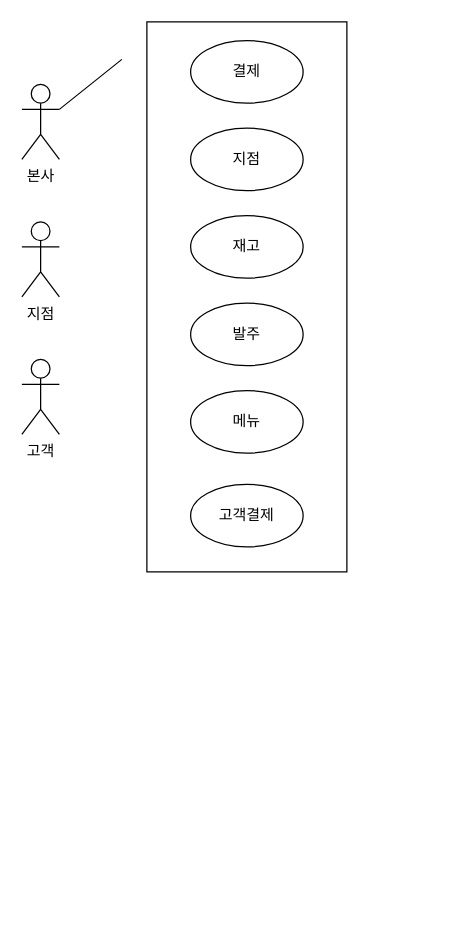
soboru3426/kiosk_FE keeps this draw.io diagram as 제목 없는 다이어그램.drawio. Above is the earlier version. Source tidied: cells renumbered, new cells numbered last; positions are measured from the earlier drawing's top-left corner, leaving out a move shared by most shapes. Both pictures are drawn from the tidied source at 125%, with x=0, y=0 at pixel (21, 21).
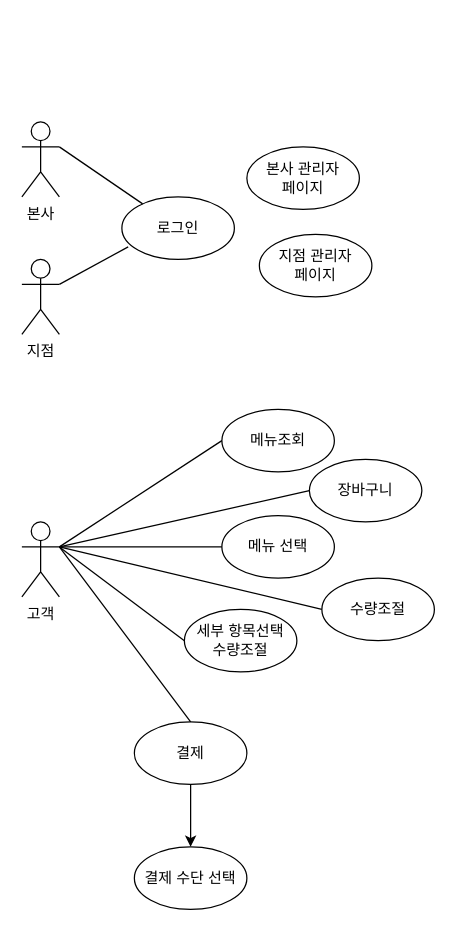
Above is the later version.

Commit message (it also covers changes not shown here):
제목 없는 다이어그램.drawio 업데이트

The edit, as a diff of the source:
```diff
@@
-    <mxCell id="2" style="rounded=0;whiteSpace=wrap;html=1;" parent="1" vertex="1">
-      <mxGeometry x="100" width="160" height="440" as="geometry" />
-    </mxCell>
     <mxCell id="3" value="본사" style="shape=umlActor;verticalLabelPosition=bottom;verticalAlign=top;html=1;outlineConnect=0;" parent="1" vertex="1">
-      <mxGeometry y="50" width="30" height="60" as="geometry" />
+      <mxGeometry y="80" width="30" height="60" as="geometry" />
     </mxCell>
     <mxCell id="4" value="지점" style="shape=umlActor;verticalLabelPosition=bottom;verticalAlign=top;html=1;outlineConnect=0;" parent="1" vertex="1">
-      <mxGeometry y="160" width="30" height="60" as="geometry" />
+      <mxGeometry y="190" width="30" height="60" as="geometry" />
     </mxCell>
     <mxCell id="5" value="고객" style="shape=umlActor;verticalLabelPosition=bottom;verticalAlign=top;html=1;outlineConnect=0;" parent="1" vertex="1">
-      <mxGeometry y="270" width="30" height="60" as="geometry" />
+      <mxGeometry y="400" width="30" height="60" as="geometry" />
     </mxCell>
-    <mxCell id="6" style="endArrow=none;html=1;rounded=0;entryX=1;entryY=0.3333333333333333;entryDx=0;entryDy=0;entryPerimeter=0;" parent="1" edge="1" target="3">
-      <mxGeometry relative="1" as="geometry">
-        <mxPoint x="80" y="30" as="sourcePoint" />
-      </mxGeometry>
-    </mxCell>
-    <mxCell id="7" value="지점" style="ellipse;whiteSpace=wrap;html=1;" parent="1" vertex="1">
-      <mxGeometry x="135" y="85" width="90" height="50" as="geometry" />
-    </mxCell>
-    <mxCell id="8" value="재고" style="ellipse;whiteSpace=wrap;html=1;" parent="1" vertex="1">
-      <mxGeometry x="135" y="155" width="90" height="50" as="geometry" />
-    </mxCell>
-    <mxCell id="9" value="발주" style="ellipse;whiteSpace=wrap;html=1;" parent="1" vertex="1">
-      <mxGeometry x="135" y="225" width="90" height="50" as="geometry" />
-    </mxCell>
-    <mxCell id="10" value="메뉴" style="ellipse;whiteSpace=wrap;html=1;" parent="1" vertex="1">
-      <mxGeometry x="135" y="295" width="90" height="50" as="geometry" />
-    </mxCell>
-    <mxCell id="11" value="고객&lt;span style=&quot;background-color: transparent; color: light-dark(rgb(0, 0, 0), rgb(255, 255, 255));&quot;&gt;결제&lt;/span&gt;" style="ellipse;whiteSpace=wrap;html=1;" parent="1" vertex="1">
-      <mxGeometry x="135" y="370" width="90" height="50" as="geometry" />
-    </mxCell>
+    <mxCell id="13" value="로그인" style="ellipse;whiteSpace=wrap;html=1;" parent="1" vertex="1">
+      <mxGeometry x="80" y="140" width="90" height="50" as="geometry" />
+    </mxCell>
+    <mxCell id="14" style="endArrow=none;html=1;rounded=0;exitX=1;exitY=0.3333333333333333;exitDx=0;exitDy=0;exitPerimeter=0;" parent="1" edge="1" source="3" target="13">
+      <mxGeometry relative="1" as="geometry" />
+    </mxCell>
+    <mxCell id="15" style="endArrow=none;html=1;rounded=0;exitX=1;exitY=0.3333333333333333;exitDx=0;exitDy=0;exitPerimeter=0;entryX=0.056;entryY=0.8;entryDx=0;entryDy=0;entryPerimeter=0;" parent="1" edge="1" source="4" target="13">
+      <mxGeometry relative="1" as="geometry" />
+    </mxCell>
+    <mxCell id="16" value="메뉴조회" style="ellipse;whiteSpace=wrap;html=1;" parent="1" vertex="1">
+      <mxGeometry x="160" y="310" width="90" height="50" as="geometry" />
+    </mxCell>
+    <mxCell id="17" value="본사 관리자&lt;div&gt;페이지&lt;/div&gt;" style="ellipse;whiteSpace=wrap;html=1;" parent="1" vertex="1">
+      <mxGeometry x="180" y="100" width="90" height="50" as="geometry" />
+    </mxCell>
+    <mxCell id="18" value="지점 관리자&lt;div&gt;페이지&lt;/div&gt;" style="ellipse;whiteSpace=wrap;html=1;" parent="1" vertex="1">
+      <mxGeometry x="190" y="170" width="90" height="50" as="geometry" />
+    </mxCell>
+    <mxCell id="19" style="endArrow=none;html=1;rounded=0;exitX=1;exitY=0.3333333333333333;exitDx=0;exitDy=0;entryX=0;entryY=0.5;entryDx=0;entryDy=0;exitPerimeter=0;" parent="1" edge="1" source="5" target="16">
+      <mxGeometry relative="1" as="geometry" />
+    </mxCell>
+    <mxCell id="20" style="endArrow=none;html=1;rounded=0;entryX=1;entryY=0.3333333333333333;entryDx=0;entryDy=0;exitX=0;exitY=0.5;exitDx=0;exitDy=0;entryPerimeter=0;" parent="1" edge="1" source="21" target="5">
+      <mxGeometry relative="1" as="geometry" />
+    </mxCell>
+    <mxCell id="21" value="메뉴 선택" style="ellipse;whiteSpace=wrap;html=1;" parent="1" vertex="1">
+      <mxGeometry x="160" y="395" width="90" height="50" as="geometry" />
+    </mxCell>
+    <mxCell id="22" value="세부 항목선택&lt;div&gt;수량조절&lt;/div&gt;" style="ellipse;whiteSpace=wrap;html=1;" parent="1" vertex="1">
+      <mxGeometry x="130" y="470" width="90" height="50" as="geometry" />
+    </mxCell>
+    <mxCell id="23" style="endArrow=none;html=1;rounded=0;entryX=0;entryY=0.5;entryDx=0;entryDy=0;" parent="1" edge="1" target="22">
+      <mxGeometry relative="1" as="geometry">
+        <mxPoint x="30" y="420" as="sourcePoint" />
+      </mxGeometry>
+    </mxCell>
+    <mxCell id="24" value="장바구니" style="ellipse;whiteSpace=wrap;html=1;" parent="1" vertex="1">
+      <mxGeometry x="230" y="350" width="90" height="50" as="geometry" />
+    </mxCell>
+    <mxCell id="25" style="endArrow=none;html=1;rounded=0;entryX=0;entryY=0.5;entryDx=0;entryDy=0;" parent="1" edge="1" target="24">
+      <mxGeometry relative="1" as="geometry">
+        <mxPoint x="30" y="420" as="sourcePoint" />
+      </mxGeometry>
+    </mxCell>
+    <mxCell id="26" style="endArrow=none;html=1;rounded=0;exitX=0;exitY=0.5;exitDx=0;exitDy=0;" parent="1" edge="1" source="27">
+      <mxGeometry relative="1" as="geometry">
+        <mxPoint x="30" y="420" as="targetPoint" />
+      </mxGeometry>
+    </mxCell>
+    <mxCell id="27" value="수량조절" style="ellipse;whiteSpace=wrap;html=1;" parent="1" vertex="1">
+      <mxGeometry x="240" y="445" width="90" height="50" as="geometry" />
+    </mxCell>
     <mxCell id="12" value="결제" style="ellipse;whiteSpace=wrap;html=1;" parent="1" vertex="1">
-      <mxGeometry x="135" y="15" width="90" height="50" as="geometry" />
+      <mxGeometry x="90" y="560" width="90" height="50" as="geometry" />
     </mxCell>
+    <mxCell id="28" value="결제 수단 선택" style="ellipse;whiteSpace=wrap;html=1;" parent="1" vertex="1">
+      <mxGeometry x="90" y="660" width="90" height="50" as="geometry" />
+    </mxCell>
+    <mxCell id="29" style="endArrow=none;html=1;rounded=0;exitX=0.5;exitY=0;exitDx=0;exitDy=0;" parent="1" edge="1" source="12">
+      <mxGeometry relative="1" as="geometry">
+        <mxPoint x="30" y="420" as="targetPoint" />
+      </mxGeometry>
+    </mxCell>
+    <mxCell id="30" style="endArrow=classic;html=1;rounded=0;exitX=0.5;exitY=1;exitDx=0;exitDy=0;" parent="1" edge="1" source="12" target="28">
+      <mxGeometry relative="1" as="geometry" />
+    </mxCell>
```
